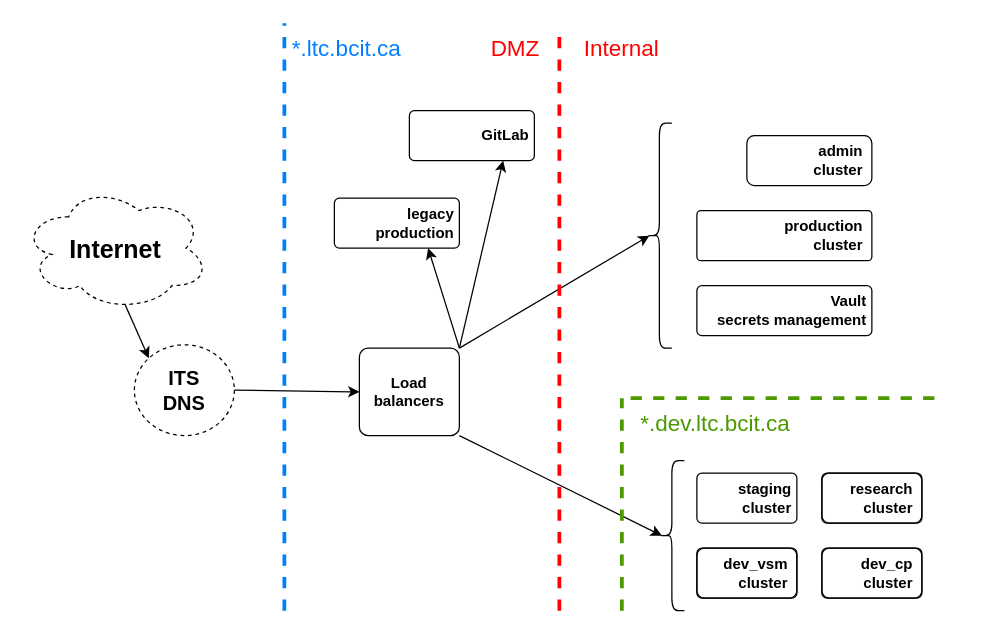
Before: docs/assets/ltc-infrastructure-simple-light.drawio in bcit-ltc/infrastructure-documentation, a draw.io diagram. Source tidied: cells renumbered, new cells numbered last; positions are measured from the earlier drawing's top-left corner, leaving out a move shared by most shapes. Both pictures are drawn from the tidied source at 125%, with x=0, y=0 at pixel (21, 22).
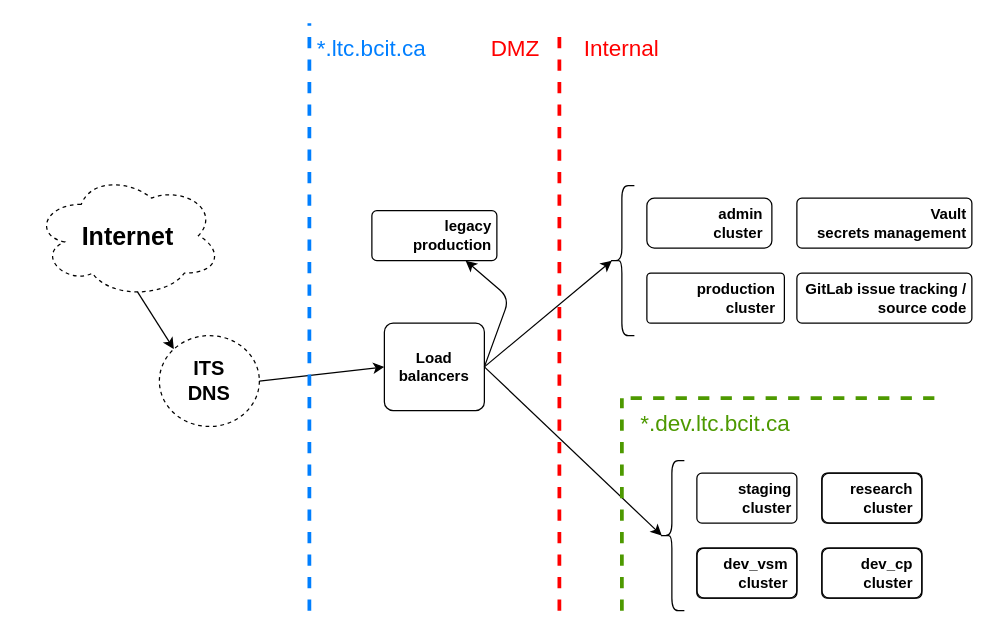
The same page after the edit.

Unchanged cells that the change refers to:
```xml
<mxCell id="28" style="shape=curlyBracket;whiteSpace=wrap;html=1;rounded=1;fontSize=18;fillColor=none;" parent="1" vertex="1">
  <mxGeometry x="510" y="350" width="20" height="120" as="geometry" />
</mxCell>
```

Diff of the diagram source:
```diff
@@
     <mxCell id="2" value="&lt;span&gt;production&lt;br&gt;cluster&lt;/span&gt;" style="shape=ext;margin=3;double=0;whiteSpace=wrap;html=1;align=right;fillColor=none;rounded=1;spacingRight=5;arcSize=8;fontStyle=1;" parent="1" vertex="1">
-      <mxGeometry x="540" y="150" width="140" height="40" as="geometry" />
+      <mxGeometry x="500" y="200" width="110" height="40" as="geometry" />
     </mxCell>
@@
     <mxCell id="4" value="&lt;span&gt;&lt;font style=&quot;font-size: 20px&quot;&gt;Internet&lt;/font&gt;&lt;/span&gt;" style="ellipse;shape=cloud;whiteSpace=wrap;html=1;align=center;dashed=1;fillColor=none;fontStyle=1;" parent="1" vertex="1">
-      <mxGeometry y="130" width="150" height="100" as="geometry" />
+      <mxGeometry x="10" y="120" width="150" height="100" as="geometry" />
     </mxCell>
-    <mxCell id="5" style="edgeStyle=none;jettySize=auto;html=1;entryX=0.1;entryY=0.5;entryDx=0;entryDy=0;fontStyle=1;entryPerimeter=0;exitX=1;exitY=0;exitDx=0;exitDy=0;" parent="1" edge="1" source="6" target="27">
+    <mxCell id="5" style="edgeStyle=none;jettySize=auto;html=1;entryX=0.1;entryY=0.5;entryDx=0;entryDy=0;fontStyle=1;entryPerimeter=0;exitX=1;exitY=0.5;exitDx=0;exitDy=0;" parent="1" edge="1" source="6" target="27">
       <mxGeometry relative="1" as="geometry" />
     </mxCell>
     <mxCell id="6" value="Load balancers" style="rounded=1;arcSize=10;whiteSpace=wrap;html=1;align=center;fillColor=none;fontStyle=1;spacing=2;" parent="1" vertex="1">
-      <mxGeometry x="270" y="260" width="80" height="70" as="geometry" />
+      <mxGeometry x="290" y="240" width="80" height="70" as="geometry" />
     </mxCell>
-    <mxCell id="7" style="edgeStyle=none;jettySize=auto;html=1;exitX=1;exitY=1;exitDx=0;exitDy=0;entryX=0.1;entryY=0.5;entryDx=0;entryDy=0;fontStyle=1;entryPerimeter=0;" parent="1" edge="1" source="6" target="28">
+    <mxCell id="7" style="edgeStyle=none;jettySize=auto;html=1;exitX=1;exitY=0.5;exitDx=0;exitDy=0;entryX=0.1;entryY=0.5;entryDx=0;entryDy=0;fontStyle=1;entryPerimeter=0;" parent="1" edge="1" source="6" target="28">
       <mxGeometry relative="1" as="geometry" />
     </mxCell>
-    <mxCell id="8" value="GitLab" style="rounded=1;arcSize=10;whiteSpace=wrap;html=1;align=right;fillColor=none;fontStyle=1;spacingRight=2;" parent="1" vertex="1">
-      <mxGeometry x="310" y="70" width="100" height="40" as="geometry" />
+    <mxCell id="8" value="GitLab issue tracking / source code" style="rounded=1;arcSize=10;whiteSpace=wrap;html=1;align=right;fillColor=none;fontStyle=1;spacingRight=2;" parent="1" vertex="1">
+      <mxGeometry x="620" y="200" width="140" height="40" as="geometry" />
     </mxCell>
     <mxCell id="9" value="Vault&lt;br&gt;secrets management" style="rounded=1;arcSize=10;whiteSpace=wrap;html=1;align=right;fontStyle=1;fillColor=none;spacingRight=2;" parent="1" vertex="1">
-      <mxGeometry x="540" y="210" width="140" height="40" as="geometry" />
+      <mxGeometry x="620" y="140" width="140" height="40" as="geometry" />
     </mxCell>
@@
-    <mxCell id="11" style="edgeStyle=none;jettySize=auto;html=1;entryX=0.75;entryY=1;entryDx=0;entryDy=0;fontStyle=1;exitX=1;exitY=0;exitDx=0;exitDy=0;" parent="1" edge="1" source="6" target="8">
-      <mxGeometry relative="1" as="geometry" />
-    </mxCell>
     <mxCell id="12" value="&lt;span style=&quot;font-size: 16px&quot;&gt;ITS&lt;br&gt;DNS&lt;/span&gt;" style="ellipse;whiteSpace=wrap;html=1;align=center;dashed=1;rounded=1;fillColor=none;fontStyle=1;" parent="1" vertex="1">
-      <mxGeometry x="90" y="257.3" width="80" height="72.7" as="geometry" />
+      <mxGeometry x="110" y="250" width="80" height="72.7" as="geometry" />
     </mxCell>
@@
     <mxCell id="26" value="&lt;font style=&quot;font-size: 18px&quot; color=&quot;#007fff&quot;&gt;*.ltc.bcit.ca&lt;/font&gt;" style="text;html=1;strokeColor=none;fillColor=none;align=center;verticalAlign=middle;whiteSpace=wrap;rounded=0;dashed=1;fontSize=20;" parent="1" vertex="1">
-      <mxGeometry x="210" width="100" height="40" as="geometry" />
+      <mxGeometry x="230" width="100" height="40" as="geometry" />
     </mxCell>
     <mxCell id="27" style="shape=curlyBracket;whiteSpace=wrap;html=1;rounded=1;fontSize=18;fillColor=none;spacing=2;spacingLeft=0;spacingTop=0;" parent="1" vertex="1">
-      <mxGeometry x="500" y="80" width="20" height="180" as="geometry" />
+      <mxGeometry x="470" y="130" width="20" height="120" as="geometry" />
     </mxCell>
@@
     <mxCell id="29" style="endArrow=none;dashed=1;html=1;strokeWidth=3;rounded=1;fontSize=26;fontColor=#FF0000;strokeColor=#007FFF;fontStyle=1;" parent="1" edge="1">
       <mxGeometry relative="1" as="geometry">
-        <mxPoint x="210" y="470" as="sourcePoint" />
-        <mxPoint x="210" as="targetPoint" />
+        <mxPoint x="230" y="470" as="sourcePoint" />
+        <mxPoint x="230" as="targetPoint" />
       </mxGeometry>
     </mxCell>
     <mxCell id="30" value="legacy production" style="rounded=1;arcSize=10;whiteSpace=wrap;html=1;align=right;fillColor=none;fontStyle=1;spacingRight=2;" parent="1" vertex="1">
-      <mxGeometry x="250" y="140" width="100" height="40" as="geometry" />
+      <mxGeometry x="280" y="150" width="100" height="40" as="geometry" />
     </mxCell>
     <mxCell id="31" value="&lt;span&gt;admin&lt;br&gt;cluster&lt;/span&gt;" style="shape=ext;margin=3;double=0;whiteSpace=wrap;html=1;align=right;fillColor=none;rounded=1;spacingRight=5;fontStyle=1;" parent="1" vertex="1">
-      <mxGeometry x="580" y="90" width="100" height="40" as="geometry" />
+      <mxGeometry x="500" y="140" width="100" height="40" as="geometry" />
     </mxCell>
-    <mxCell id="32" style="edgeStyle=none;jettySize=auto;html=1;entryX=0.75;entryY=1;entryDx=0;entryDy=0;fontStyle=1;exitX=1;exitY=0;exitDx=0;exitDy=0;" parent="1" edge="1" source="6" target="30">
-      <mxGeometry relative="1" as="geometry" />
+    <mxCell id="32" style="edgeStyle=none;jettySize=auto;html=1;entryX=0.75;entryY=1;entryDx=0;entryDy=0;fontStyle=1;exitX=1;exitY=0.5;exitDx=0;exitDy=0;" parent="1" edge="1" source="6" target="30">
+      <mxGeometry relative="1" as="geometry">
+        <Array as="points">
+          <mxPoint x="390" y="220" />
+        </Array>
+      </mxGeometry>
     </mxCell>
```
